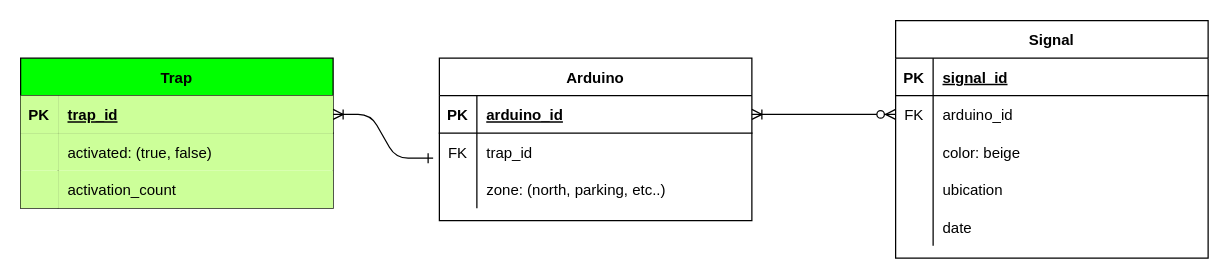
Earlier version of the draw.io diagram ERM IoT.drawio (EmergenBis/emergenbis-iot-backend). Source tidied: cells renumbered, new cells numbered last; positions are measured from the earlier drawing's top-left corner, leaving out a move shared by most shapes. Both pictures are drawn from the tidied source at 125%, with x=0, y=0 at pixel (20, 20).
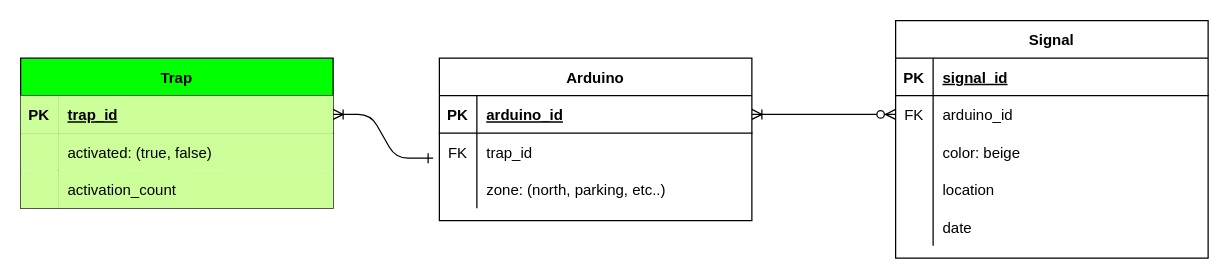
Above is the later version.

Commit message:
Fixed typos and other grammatical errors

The change refers to these unchanged cells:
```xml
<mxCell id="23" style="shape=partialRectangle;fillColor=none;top=0;left=0;right=0;bottom=0;" parent="13" vertex="1">
  <mxGeometry y="120" width="250" height="30" as="geometry" />
</mxCell>
```

Diff of the diagram source:
```diff
@@
-    <mxCell id="25" value="ubication" style="shape=partialRectangle;overflow=hidden;fillColor=none;top=0;left=0;bottom=0;right=0;align=left;spacingLeft=6;" parent="23" vertex="1">
+    <mxCell id="25" value="location" style="shape=partialRectangle;overflow=hidden;fillColor=none;top=0;left=0;bottom=0;right=0;align=left;spacingLeft=6;" parent="23" vertex="1">
       <mxGeometry x="30" width="220" height="30" as="geometry" />
     </mxCell>
```
